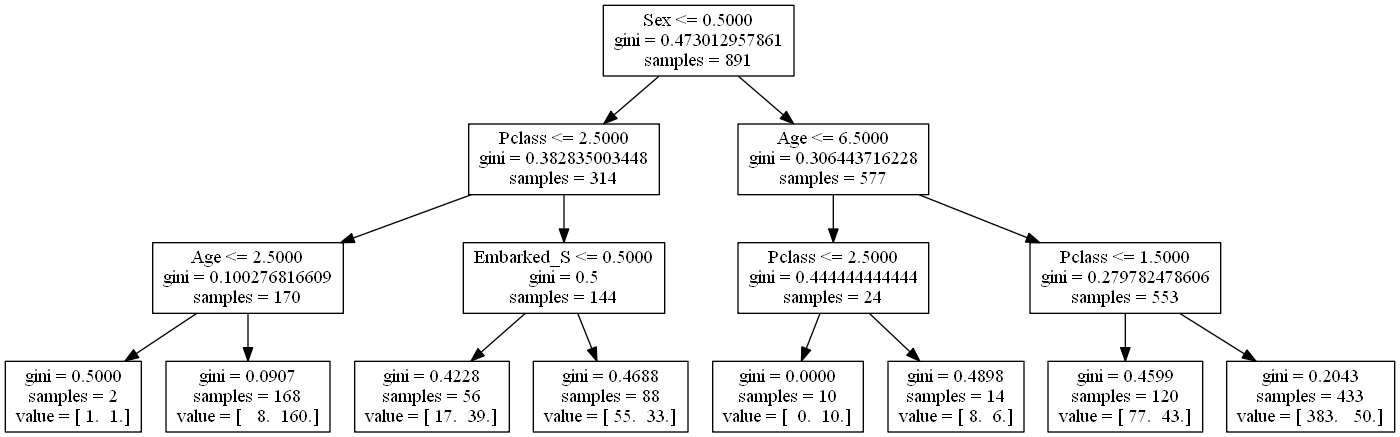
This is 17-decision-trees/assets/tree_titanic.png from ShelyBhogal/data-science, a Graphviz export, as it was before one commit. Its source is kept beside it as 17-decision-trees/assets/tree_titanic.dot. Its diagram source:
```dot
digraph Tree {
node [shape=box] ;
0 [label="Sex <= 0.5\ngini = 0.473\nsamples = 891\nvalue = [549, 342]"] ;
1 [label="Pclass <= 2.5\ngini = 0.383\nsamples = 314\nvalue = [81, 233]"] ;
0 -> 1 [labeldistance=2.5, labelangle=45, headlabel="True"] ;
2 [label="Age <= 2.5\ngini = 0.1\nsamples = 170\nvalue = [9, 161]"] ;
1 -> 2 ;
3 [label="gini = 0.5\nsamples = 2\nvalue = [1, 1]"] ;
2 -> 3 ;
4 [label="gini = 0.091\nsamples = 168\nvalue = [8, 160]"] ;
2 -> 4 ;
5 [label="Embarked_S <= 0.5\ngini = 0.5\nsamples = 144\nvalue = [72, 72]"] ;
1 -> 5 ;
6 [label="gini = 0.423\nsamples = 56\nvalue = [17, 39]"] ;
5 -> 6 ;
7 [label="gini = 0.469\nsamples = 88\nvalue = [55, 33]"] ;
5 -> 7 ;
8 [label="Age <= 6.5\ngini = 0.306\nsamples = 577\nvalue = [468, 109]"] ;
0 -> 8 [labeldistance=2.5, labelangle=-45, headlabel="False"] ;
9 [label="Pclass <= 2.5\ngini = 0.444\nsamples = 24\nvalue = [8, 16]"] ;
8 -> 9 ;
10 [label="gini = 0.0\nsamples = 10\nvalue = [0, 10]"] ;
9 -> 10 ;
11 [label="gini = 0.49\nsamples = 14\nvalue = [8, 6]"] ;
9 -> 11 ;
12 [label="Pclass <= 1.5\ngini = 0.28\nsamples = 553\nvalue = [460, 93]"] ;
8 -> 12 ;
13 [label="gini = 0.46\nsamples = 120\nvalue = [77, 43]"] ;
12 -> 13 ;
14 [label="gini = 0.204\nsamples = 433\nvalue = [383, 50]"] ;
12 -> 14 ;
}
```
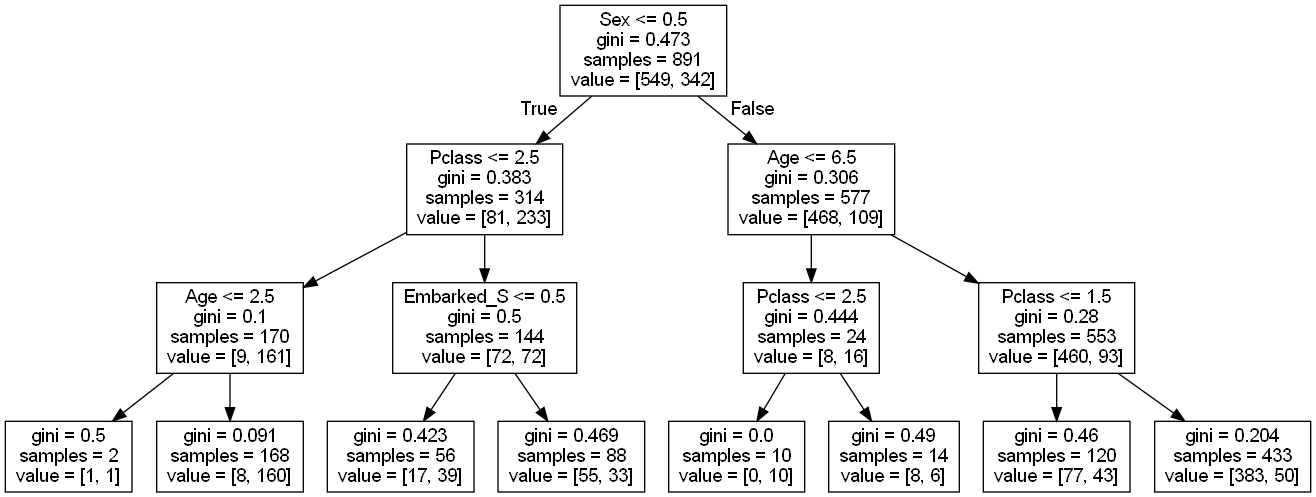
Above is the later version.

What changed in the source:
```diff
@@ -1,32 +1,33 @@
 digraph Tree {
-node [shape=box] ;
-0 [label="Sex <= 0.5\ngini = 0.473\nsamples = 891\nvalue = [549, 342]"] ;
-1 [label="Pclass <= 2.5\ngini = 0.383\nsamples = 314\nvalue = [81, 233]"] ;
+node [shape=box, style="filled, rounded", color="black", fontname="helvetica"] ;
+edge [fontname="helvetica"] ;
+0 [label=<Sex &le; 0.5<br/>gini = 0.473<br/>samples = 891<br/>value = [549, 342]<br/>class = Died>, fillcolor="#f5cfb4"] ;
+1 [label=<Pclass &le; 2.5<br/>gini = 0.383<br/>samples = 314<br/>value = [81, 233]<br/>class = Survived>, fillcolor="#7ebfee"] ;
 0 -> 1 [labeldistance=2.5, labelangle=45, headlabel="True"] ;
-2 [label="Age <= 2.5\ngini = 0.1\nsamples = 170\nvalue = [9, 161]"] ;
+2 [label=<Age &le; 2.5<br/>gini = 0.1<br/>samples = 170<br/>value = [9, 161]<br/>class = Survived>, fillcolor="#44a2e6"] ;
 1 -> 2 ;
-3 [label="gini = 0.5\nsamples = 2\nvalue = [1, 1]"] ;
+3 [label=<gini = 0.5<br/>samples = 2<br/>value = [1, 1]<br/>class = Died>, fillcolor="#ffffff"] ;
 2 -> 3 ;
-4 [label="gini = 0.091\nsamples = 168\nvalue = [8, 160]"] ;
+4 [label=<gini = 0.091<br/>samples = 168<br/>value = [8, 160]<br/>class = Survived>, fillcolor="#43a2e6"] ;
 2 -> 4 ;
-5 [label="Embarked_S <= 0.5\ngini = 0.5\nsamples = 144\nvalue = [72, 72]"] ;
+5 [label=<Embarked_S &le; 0.5<br/>gini = 0.5<br/>samples = 144<br/>value = [72, 72]<br/>class = Died>, fillcolor="#ffffff"] ;
 1 -> 5 ;
-6 [label="gini = 0.423\nsamples = 56\nvalue = [17, 39]"] ;
+6 [label=<gini = 0.423<br/>samples = 56<br/>value = [17, 39]<br/>class = Survived>, fillcolor="#8fc8f0"] ;
 5 -> 6 ;
-7 [label="gini = 0.469\nsamples = 88\nvalue = [55, 33]"] ;
+7 [label=<gini = 0.469<br/>samples = 88<br/>value = [55, 33]<br/>class = Died>, fillcolor="#f5cdb0"] ;
 5 -> 7 ;
-8 [label="Age <= 6.5\ngini = 0.306\nsamples = 577\nvalue = [468, 109]"] ;
+8 [label=<Age &le; 6.5<br/>gini = 0.306<br/>samples = 577<br/>value = [468, 109]<br/>class = Died>, fillcolor="#eb9e67"] ;
 0 -> 8 [labeldistance=2.5, labelangle=-45, headlabel="False"] ;
-9 [label="Pclass <= 2.5\ngini = 0.444\nsamples = 24\nvalue = [8, 16]"] ;
+9 [label=<Pclass &le; 2.5<br/>gini = 0.444<br/>samples = 24<br/>value = [8, 16]<br/>class = Survived>, fillcolor="#9ccef2"] ;
 8 -> 9 ;
-10 [label="gini = 0.0\nsamples = 10\nvalue = [0, 10]"] ;
+10 [label=<gini = 0.0<br/>samples = 10<br/>value = [0, 10]<br/>class = Survived>, fillcolor="#399de5"] ;
 9 -> 10 ;
-11 [label="gini = 0.49\nsamples = 14\nvalue = [8, 6]"] ;
+11 [label=<gini = 0.49<br/>samples = 14<br/>value = [8, 6]<br/>class = Died>, fillcolor="#f8e0ce"] ;
 9 -> 11 ;
-12 [label="Pclass <= 1.5\ngini = 0.28\nsamples = 553\nvalue = [460, 93]"] ;
+12 [label=<Pclass &le; 1.5<br/>gini = 0.28<br/>samples = 553<br/>value = [460, 93]<br/>class = Died>, fillcolor="#ea9a61"] ;
 8 -> 12 ;
-13 [label="gini = 0.46\nsamples = 120\nvalue = [77, 43]"] ;
+13 [label=<gini = 0.46<br/>samples = 120<br/>value = [77, 43]<br/>class = Died>, fillcolor="#f4c7a8"] ;
 12 -> 13 ;
-14 [label="gini = 0.204\nsamples = 433\nvalue = [383, 50]"] ;
+14 [label=<gini = 0.204<br/>samples = 433<br/>value = [383, 50]<br/>class = Died>, fillcolor="#e89153"] ;
 12 -> 14 ;
 }
```
